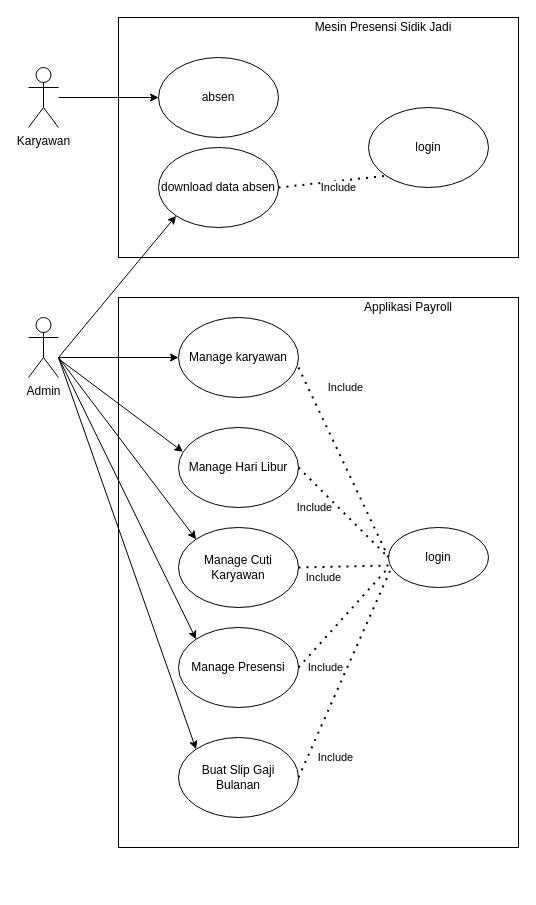
Earlier version of the draw.io diagram documents/draw.io file/use-case-app-diagram.drawio (DianPurnama/skripsian). Source tidied: cells renumbered, new cells numbered last; positions are measured from the earlier drawing's top-left corner, leaving out a move shared by most shapes. Both pictures are drawn from the tidied source at 100%, with x=0, y=0 at pixel (28, 17).
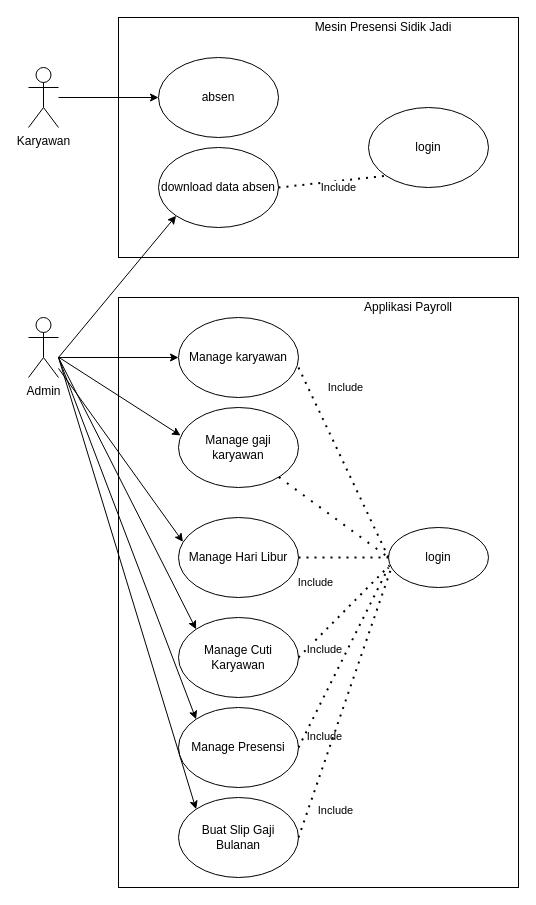
Above is the later version.

The change refers to these unchanged cells:
```xml
<mxCell id="2" value="Admin" style="shape=umlActor;verticalLabelPosition=bottom;verticalAlign=top;html=1;outlineConnect=0;" parent="1" vertex="1">
  <mxGeometry y="300" width="30" height="60" as="geometry" />
</mxCell>
<mxCell id="4" value="login" style="ellipse;whiteSpace=wrap;html=1;" parent="1" vertex="1">
  <mxGeometry x="360" y="510" width="100" height="60" as="geometry" />
</mxCell>
```

The edit, as a diff of the source:
```diff
@@
     <mxCell id="3" style="rounded=0;whiteSpace=wrap;html=1;" parent="1" vertex="1">
-      <mxGeometry x="90" y="280" width="400" height="550" as="geometry" />
+      <mxGeometry x="90" y="280" width="400" height="590" as="geometry" />
     </mxCell>
@@
     <mxCell id="7" value="Manage Hari Libur" style="ellipse;whiteSpace=wrap;html=1;" parent="1" vertex="1">
-      <mxGeometry x="150" y="410" width="120" height="80" as="geometry" />
+      <mxGeometry x="150" y="500" width="120" height="80" as="geometry" />
     </mxCell>
     <mxCell id="8" value="Manage Cuti Karyawan" style="ellipse;whiteSpace=wrap;html=1;" parent="1" vertex="1">
-      <mxGeometry x="150" y="510" width="120" height="80" as="geometry" />
+      <mxGeometry x="150" y="600" width="120" height="80" as="geometry" />
     </mxCell>
     <mxCell id="9" value="Manage Presensi" style="ellipse;whiteSpace=wrap;html=1;" parent="1" vertex="1">
-      <mxGeometry x="150" y="610" width="120" height="80" as="geometry" />
+      <mxGeometry x="150" y="690" width="120" height="80" as="geometry" />
     </mxCell>
     <mxCell id="10" value="Buat Slip Gaji Bulanan" style="ellipse;whiteSpace=wrap;html=1;" parent="1" vertex="1">
-      <mxGeometry x="150" y="720" width="120" height="80" as="geometry" />
+      <mxGeometry x="150" y="780" width="120" height="80" as="geometry" />
     </mxCell>
@@
+    <mxCell id="36" style="edgeStyle=none;rounded=0;jettySize=auto;html=1;entryX=0;entryY=0.5;entryDx=0;entryDy=0;endArrow=none;endFill=0;dashed=1;strokeWidth=2;jumpStyle=none;dashPattern=1 4;" parent="1" edge="1" source="37" target="4">
+      <mxGeometry relative="1" as="geometry" />
+    </mxCell>
+    <mxCell id="37" value="Manage gaji karyawan" style="ellipse;whiteSpace=wrap;html=1;" parent="1" vertex="1">
+      <mxGeometry x="150" y="390" width="120" height="80" as="geometry" />
+    </mxCell>
+    <mxCell id="38" style="rounded=0;jettySize=auto;html=1;entryX=0.017;entryY=0.35;entryDx=0;entryDy=0;entryPerimeter=0;" parent="1" edge="1" source="2" target="37">
+      <mxGeometry relative="1" as="geometry" />
+    </mxCell>
```
